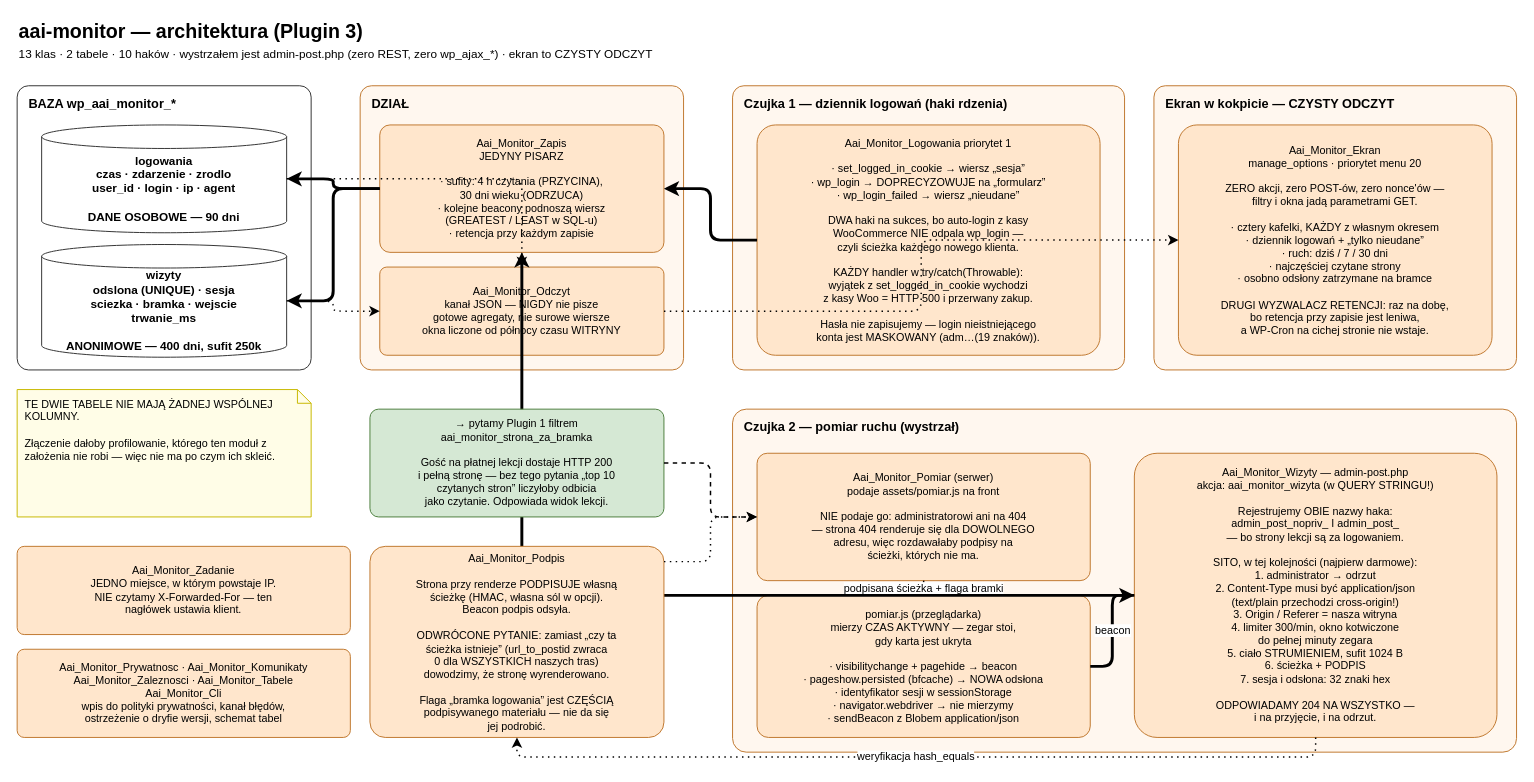
Earlier version of the draw.io diagram page "2. Architektura (techniczny)" (2 of 2) of docs/plugin-3/schematy.drawio (krzysiek2115op/aai-platforma-szkolen). Source tidied: cells renumbered, new cells numbered last; positions are measured from the earlier drawing's top-left corner, leaving out a move shared by most shapes. Both pictures are drawn from the tidied source at 98%, with x=0, y=0 at pixel (17, 17).
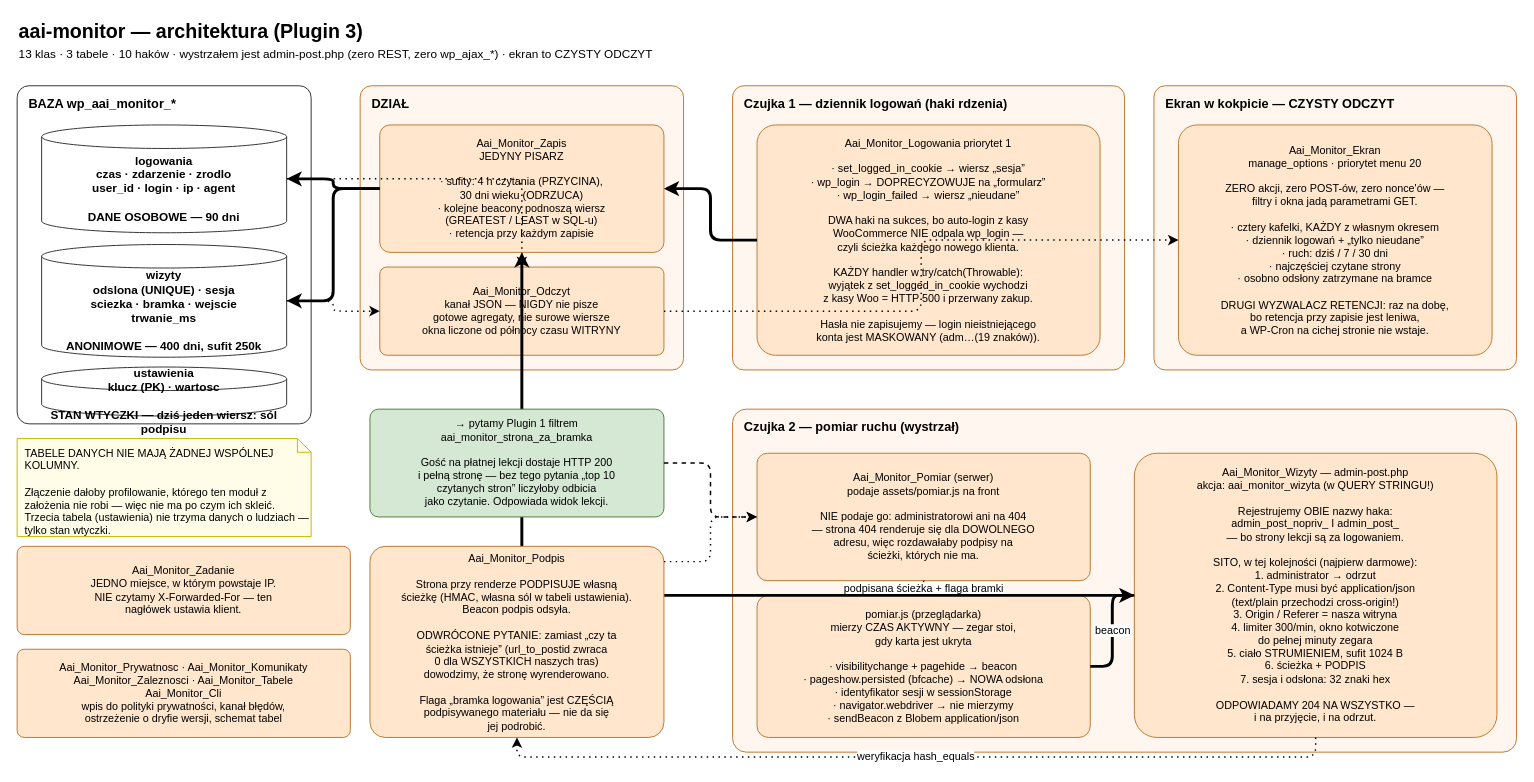
After the change.

What changed in the source:
```diff
@@
-    <mxCell id="3" value="13 klas · 2 tabele · 10 haków · wystrzałem jest admin-post.php (zero REST, zero wp_ajax_*) · ekran to CZYSTY ODCZYT" style="text;html=1;strokeColor=none;fillColor=none;align=left;verticalAlign=middle;fontSize=12;" parent="1" vertex="1">
+    <mxCell id="3" value="13 klas · 3 tabele · 10 haków · wystrzałem jest admin-post.php (zero REST, zero wp_ajax_*) · ekran to CZYSTY ODCZYT" style="text;html=1;strokeColor=none;fillColor=none;align=left;verticalAlign=middle;fontSize=12;" parent="1" vertex="1">
       <mxGeometry y="28" width="1400" height="20" as="geometry" />
     </mxCell>
     <mxCell id="4" value="BAZA  wp_aai_monitor_*" style="rounded=1;whiteSpace=wrap;html=1;arcSize=4;verticalAlign=top;align=left;spacingLeft=10;spacingTop=4;fontSize=13;fontStyle=1;dashed=0;opacity=100;fillColor=#ffffff;strokeColor=#333333;" parent="1" vertex="1">
-      <mxGeometry y="70" width="300" height="290" as="geometry" />
+      <mxGeometry y="70" width="300" height="345" as="geometry" />
     </mxCell>
@@
+    <mxCell id="35" value="ustawienia&lt;br&gt;klucz (PK) · wartosc&lt;br&gt;&lt;br&gt;STAN WTYCZKI — dziś jeden wiersz: sól podpisu" style="shape=cylinder3;boundedLbl=1;backgroundOutline=1;size=12;whiteSpace=wrap;html=1;verticalAlign=middle;align=center;fontSize=12;fontStyle=1;fillColor=#ffffff;strokeColor=#333333;" parent="1" vertex="1">
+      <mxGeometry x="25" y="357" width="250" height="50" as="geometry" />
+    </mxCell>
-    <mxCell id="7" value="TE DWIE TABELE NIE MAJĄ ŻADNEJ WSPÓLNEJ KOLUMNY.&lt;br&gt;&lt;br&gt;Złączenie dałoby profilowanie, którego ten moduł z założenia nie robi — więc nie ma po czym ich skleić." style="shape=note;whiteSpace=wrap;html=1;size=14;verticalAlign=top;align=left;spacingLeft=6;spacingTop=2;fontSize=11;fillColor=#fffde7;strokeColor=#c8b900;" parent="1" vertex="1">
-      <mxGeometry y="380" width="300" height="130" as="geometry" />
+    <mxCell id="7" value="TABELE DANYCH NIE MAJĄ ŻADNEJ WSPÓLNEJ KOLUMNY.&lt;br&gt;&lt;br&gt;Złączenie dałoby profilowanie, którego ten moduł z założenia nie robi — więc nie ma po czym ich skleić. Trzecia tabela (ustawienia) nie trzyma danych o ludziach — tylko stan wtyczki." style="shape=note;whiteSpace=wrap;html=1;size=14;verticalAlign=top;align=left;spacingLeft=6;spacingTop=2;fontSize=11;fillColor=#fffde7;strokeColor=#c8b900;" parent="1" vertex="1">
+      <mxGeometry y="430" width="300" height="100" as="geometry" />
     </mxCell>
@@
-    <mxCell id="25" value="Aai_Monitor_Podpis&lt;br&gt;&lt;br&gt;Strona przy renderze PODPISUJE własną&lt;br&gt;ścieżkę (HMAC, własna sól w opcji).&lt;br&gt;Beacon podpis odsyła.&lt;br&gt;&lt;br&gt;ODWRÓCONE PYTANIE: zamiast „czy ta&lt;br&gt;ścieżka istnieje” (url_to_postid zwraca&lt;br&gt;0 dla WSZYSTKICH naszych tras)&lt;br&gt;dowodzimy, że stronę wyrenderowano.&lt;br&gt;&lt;br&gt;Flaga „bramka logowania” jest CZĘŚCIĄ&lt;br&gt;podpisywanego materiału — nie da się&lt;br&gt;jej podrobić." style="rounded=1;whiteSpace=wrap;html=1;arcSize=8;verticalAlign=middle;align=center;fontSize=11;fillColor=#ffe6cc;strokeColor=#c07830;" parent="1" vertex="1">
+    <mxCell id="25" value="Aai_Monitor_Podpis&lt;br&gt;&lt;br&gt;Strona przy renderze PODPISUJE własną&lt;br&gt;ścieżkę (HMAC, własna sól w tabeli ustawienia).&lt;br&gt;Beacon podpis odsyła.&lt;br&gt;&lt;br&gt;ODWRÓCONE PYTANIE: zamiast „czy ta&lt;br&gt;ścieżka istnieje” (url_to_postid zwraca&lt;br&gt;0 dla WSZYSTKICH naszych tras)&lt;br&gt;dowodzimy, że stronę wyrenderowano.&lt;br&gt;&lt;br&gt;Flaga „bramka logowania” jest CZĘŚCIĄ&lt;br&gt;podpisywanego materiału — nie da się&lt;br&gt;jej podrobić." style="rounded=1;whiteSpace=wrap;html=1;arcSize=8;verticalAlign=middle;align=center;fontSize=11;fillColor=#ffe6cc;strokeColor=#c07830;" parent="1" vertex="1">
       <mxGeometry x="360" y="540" width="300" height="195" as="geometry" />
     </mxCell>
```
